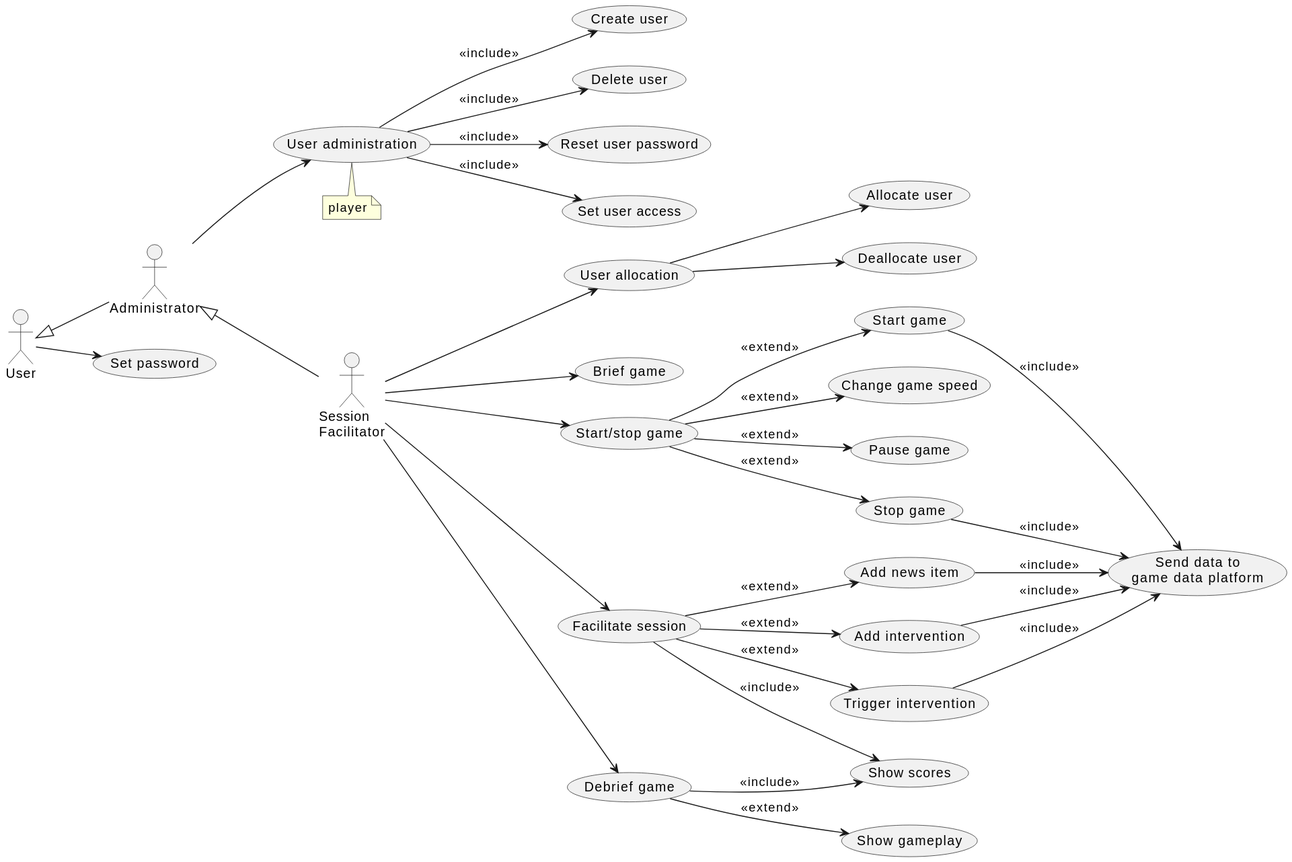
Earlier version of the PlantUML export doc/1-use-cases/diagrams/session-facilitation.svg (averbraeck/gscg-design).
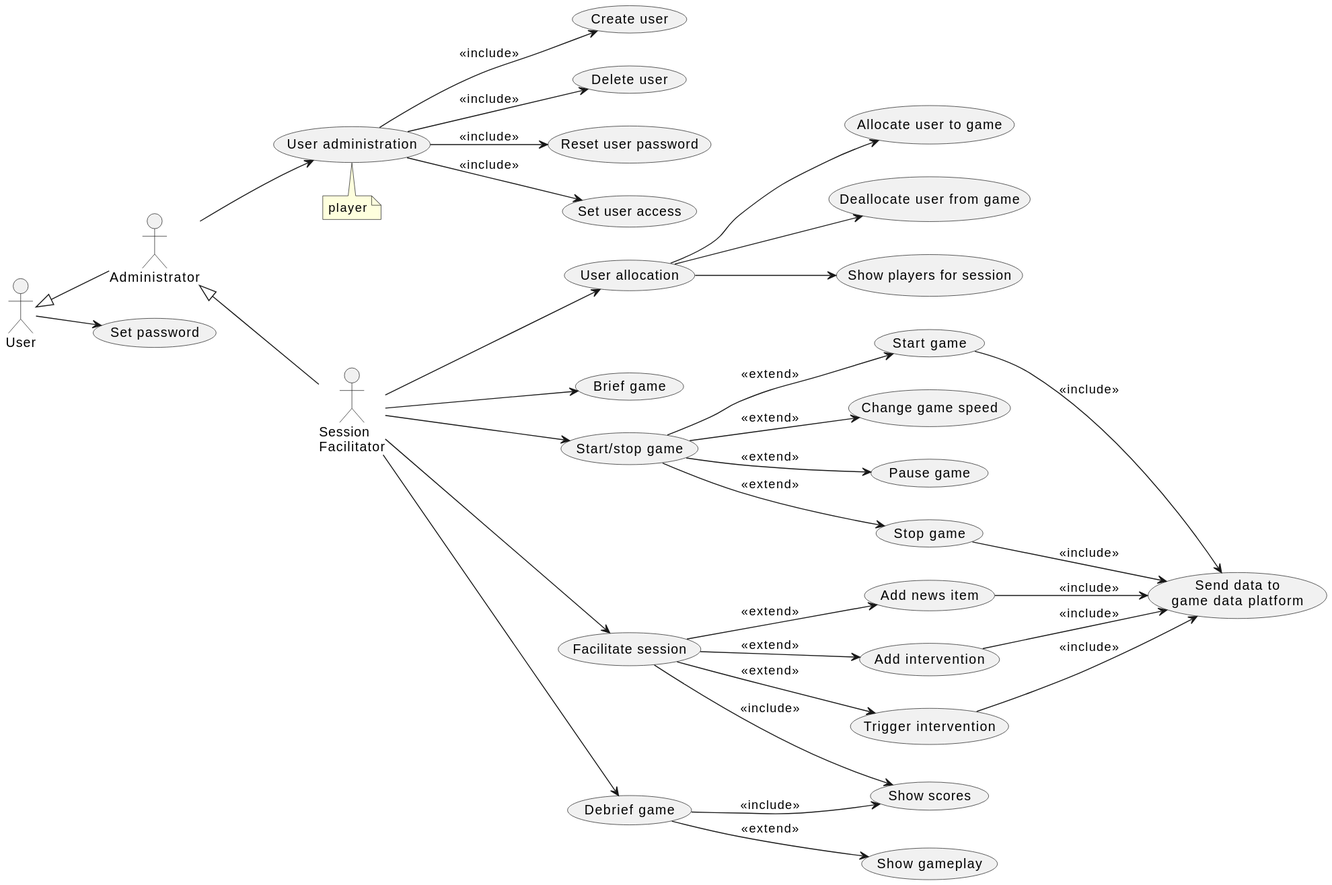
After the commit.

What changed in the source:
```diff
@@ -18,8 +18,9 @@
 (User administration) --> (Set user access) : << include >>
 
 SF --> (User allocation)
-(User allocation) --> (Allocate user)
-(User allocation) --> (Deallocate user)
+(User allocation) --> (Allocate user to game)
+(User allocation) --> (Deallocate user from game)
+(User allocation) --> (Show players for session)
 
 SF --> (Brief game)
 
```
